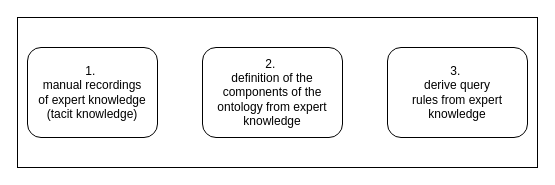
SebSeis/OBPA keeps this draw.io diagram as OBPA-Diagrams/ProzessmodellzurEntwicklungeinerOntologie.drawio. Above is the earlier version. Source tidied: cells renumbered, new cells numbered last; positions are measured from the earlier drawing's top-left corner, leaving out a move shared by most shapes. Both pictures are drawn from the tidied source at 100%, with x=0, y=0 at pixel (17, 17).
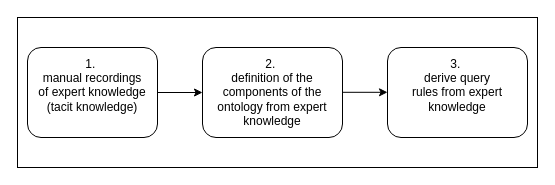
The same diagram, later.

Diff of the diagram source:
```diff
@@
 <mxGraphModel>
   <root>
     <mxCell id="0" />
     <mxCell id="1" parent="0" />
     <mxCell id="2" style="rounded=0;whiteSpace=wrap;html=1;" parent="1" vertex="1">
       <mxGeometry width="520" height="150" as="geometry" />
     </mxCell>
-    <mxCell id="3" value="&lt;font style=&quot;font-size: 12px;&quot;&gt;&lt;font style=&quot;background-color: initial;&quot;&gt;1.&amp;nbsp;&lt;br&gt;&lt;/font&gt;&lt;span style=&quot;background-color: initial;&quot;&gt;manual recordings &lt;br&gt;of expert knowledge&lt;/span&gt;&lt;br&gt;&lt;span style=&quot;background-color: initial;&quot;&gt;(tacit knowledge)&lt;/span&gt;&lt;/font&gt;" style="rounded=1;whiteSpace=wrap;html=1;align=center;" parent="1" vertex="1">
+    <mxCell id="3" value="&lt;font style=&quot;font-size: 12px;&quot;&gt;&lt;font style=&quot;background-color: initial;&quot;&gt;1.&amp;nbsp;&lt;br&gt;&lt;/font&gt;&lt;span style=&quot;background-color: initial;&quot;&gt;manual recordings &lt;br&gt;of expert knowledge&lt;/span&gt;&lt;br&gt;&lt;span style=&quot;background-color: initial;&quot;&gt;(tacit knowledge)&lt;br&gt;&lt;br&gt;&lt;/span&gt;&lt;/font&gt;" style="rounded=1;whiteSpace=wrap;html=1;align=center;" parent="1" vertex="1">
       <mxGeometry x="10" y="30" width="130" height="90" as="geometry" />
     </mxCell>
     <mxCell id="4" value="&lt;font style=&quot;font-size: 12px;&quot;&gt;&lt;span style=&quot;background-color: initial;&quot;&gt;2.&amp;nbsp;&lt;br&gt;&lt;/span&gt;&lt;span style=&quot;background-color: initial;&quot;&gt;definition of the components of the ontology from expert knowledge&lt;/span&gt;&lt;/font&gt;&lt;span style=&quot;background-color: initial;&quot;&gt;&lt;br&gt;&lt;/span&gt;" style="rounded=1;whiteSpace=wrap;html=1;align=center;" parent="1" vertex="1">
       <mxGeometry x="185" y="30" width="140" height="90" as="geometry" />
     </mxCell>
-    <mxCell id="5" value="&lt;p style=&quot;border-color: var(--border-color); margin-top: 0pt; margin-bottom: 0pt; margin-left: 0in; direction: ltr; unicode-bidi: embed; word-break: normal;&quot;&gt;&lt;font style=&quot;font-size: 12px;&quot;&gt;3.&amp;nbsp;&lt;/font&gt;&lt;/p&gt;&lt;p style=&quot;border-color: var(--border-color); margin-top: 0pt; margin-bottom: 0pt; margin-left: 0in; direction: ltr; unicode-bidi: embed; word-break: normal;&quot;&gt;&lt;font style=&quot;font-size: 12px;&quot;&gt;derive&amp;nbsp;&lt;/font&gt;&lt;span style=&quot;background-color: initial;&quot;&gt;query rules&amp;nbsp;&lt;/span&gt;&lt;font style=&quot;background-color: initial; border-color: var(--border-color);&quot;&gt;from&lt;/font&gt;&lt;span style=&quot;background-color: initial;&quot;&gt;&amp;nbsp;expert&lt;/span&gt;&lt;/p&gt;&lt;p style=&quot;border-color: var(--border-color); margin-top: 0pt; margin-bottom: 0pt; margin-left: 0in; direction: ltr; unicode-bidi: embed; word-break: normal;&quot;&gt;&lt;font style=&quot;font-size: 12px;&quot;&gt;knowledge&lt;/font&gt;&lt;/p&gt;" style="rounded=1;whiteSpace=wrap;html=1;align=center;" parent="1" vertex="1">
+    <mxCell id="5" value="&lt;p style=&quot;border-color: var(--border-color); margin-top: 0pt; margin-bottom: 0pt; margin-left: 0in; direction: ltr; unicode-bidi: embed; word-break: normal;&quot;&gt;&lt;font style=&quot;font-size: 12px;&quot;&gt;3.&amp;nbsp;&lt;/font&gt;&lt;/p&gt;&lt;p style=&quot;border-color: var(--border-color); margin-top: 0pt; margin-bottom: 0pt; margin-left: 0in; direction: ltr; unicode-bidi: embed; word-break: normal;&quot;&gt;&lt;font style=&quot;font-size: 12px;&quot;&gt;derive&amp;nbsp;&lt;/font&gt;&lt;span style=&quot;background-color: initial;&quot;&gt;query rules&amp;nbsp;&lt;/span&gt;&lt;font style=&quot;background-color: initial; border-color: var(--border-color);&quot;&gt;from&lt;/font&gt;&lt;span style=&quot;background-color: initial;&quot;&gt;&amp;nbsp;expert&lt;/span&gt;&lt;/p&gt;&lt;p style=&quot;border-color: var(--border-color); margin-top: 0pt; margin-bottom: 0pt; margin-left: 0in; direction: ltr; unicode-bidi: embed; word-break: normal;&quot;&gt;&lt;font style=&quot;font-size: 12px;&quot;&gt;knowledge&lt;/font&gt;&lt;/p&gt;&lt;p style=&quot;border-color: var(--border-color); margin-top: 0pt; margin-bottom: 0pt; margin-left: 0in; direction: ltr; unicode-bidi: embed; word-break: normal;&quot;&gt;&lt;font style=&quot;font-size: 12px;&quot;&gt;&lt;br&gt;&lt;/font&gt;&lt;/p&gt;" style="rounded=1;whiteSpace=wrap;html=1;align=center;" parent="1" vertex="1">
       <mxGeometry x="370" y="30" width="140" height="90" as="geometry" />
     </mxCell>
+    <mxCell id="6" style="endArrow=classic;html=1;rounded=0;fontFamily=Helvetica;fontSize=12;exitX=1;exitY=0.5;exitDx=0;exitDy=0;entryX=0;entryY=0.5;entryDx=0;entryDy=0;" parent="1" edge="1" source="3" target="4">
+      <mxGeometry relative="1" as="geometry" />
+    </mxCell>
+    <mxCell id="7" style="endArrow=classic;html=1;rounded=0;fontFamily=Helvetica;fontSize=12;exitX=1;exitY=0.5;exitDx=0;exitDy=0;entryX=0;entryY=0.5;entryDx=0;entryDy=0;" parent="1" edge="1">
+      <mxGeometry relative="1" as="geometry">
+        <mxPoint x="325" y="74.8" as="sourcePoint" />
+        <mxPoint x="370" y="74.8" as="targetPoint" />
+      </mxGeometry>
+    </mxCell>
   </root>
 </mxGraphModel>
```
